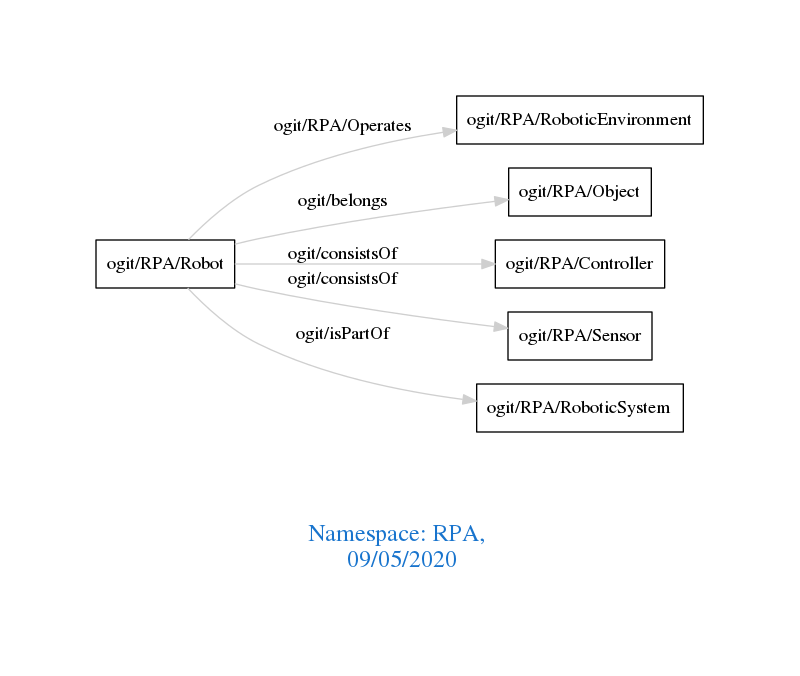
Above: downloads/RPA.png in arago/OGIT (Graphviz), before the change. Its source is kept beside it as downloads/RPA.dot.
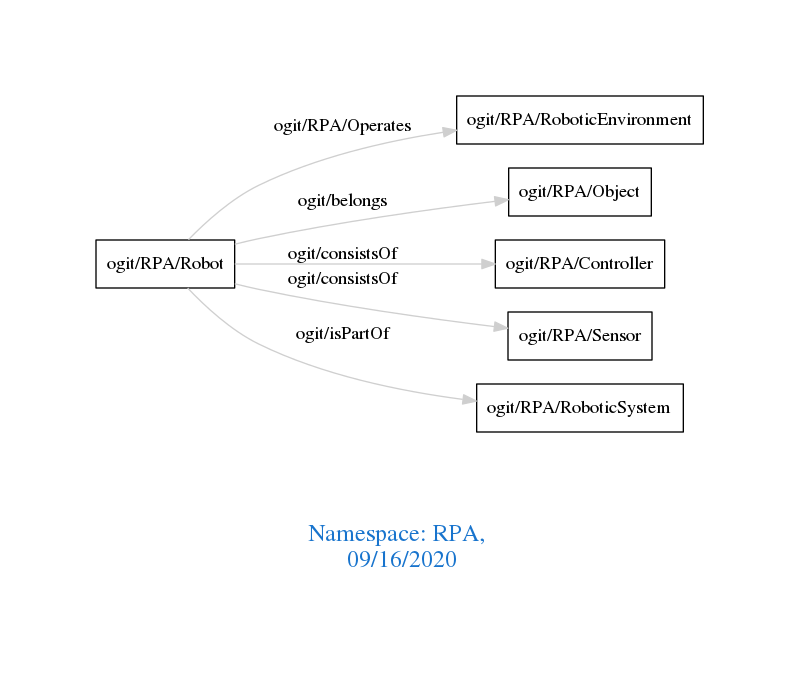
Later version of the same file.

What changed in the source:
```diff
@@ -1,7 +1,7 @@
 digraph OGIT_ontology {
  graph [ rankdir= LR,pad=1
 fontsize = 18,
-fontcolor= dodgerblue3,label = "\n\n\nNamespace: RPA, \n 09/05/2020"];
+fontcolor= dodgerblue3,label = "\n\n\nNamespace: RPA, \n 09/16/2020"];
 node[shape=polygon];
 edge [  color="gray81"];
 
```
